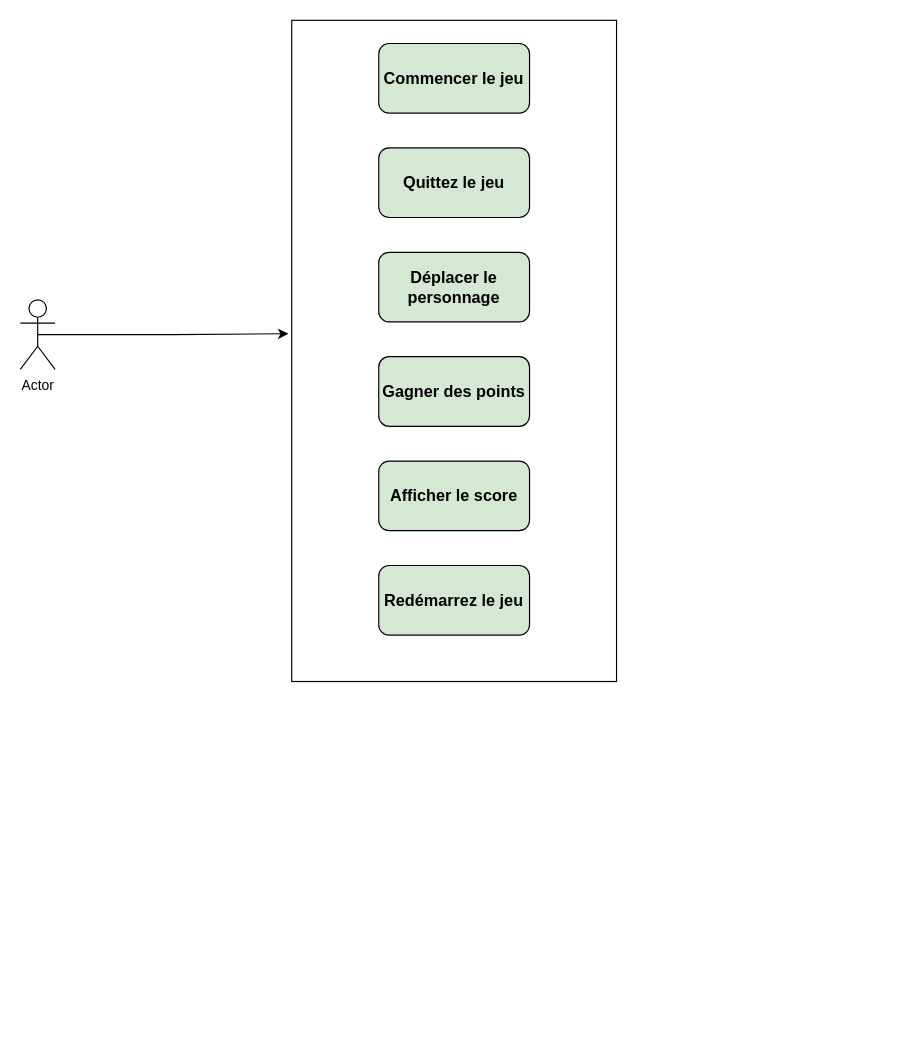
Before: UML/use_case.drawio in ghadabny/CrossyRoadProjet, a draw.io diagram. Source tidied: cells renumbered, new cells numbered last; positions are measured from the earlier drawing's top-left corner, leaving out a move shared by most shapes. Both pictures are drawn from the tidied source at 116%, with x=0, y=0 at pixel (20, 20).
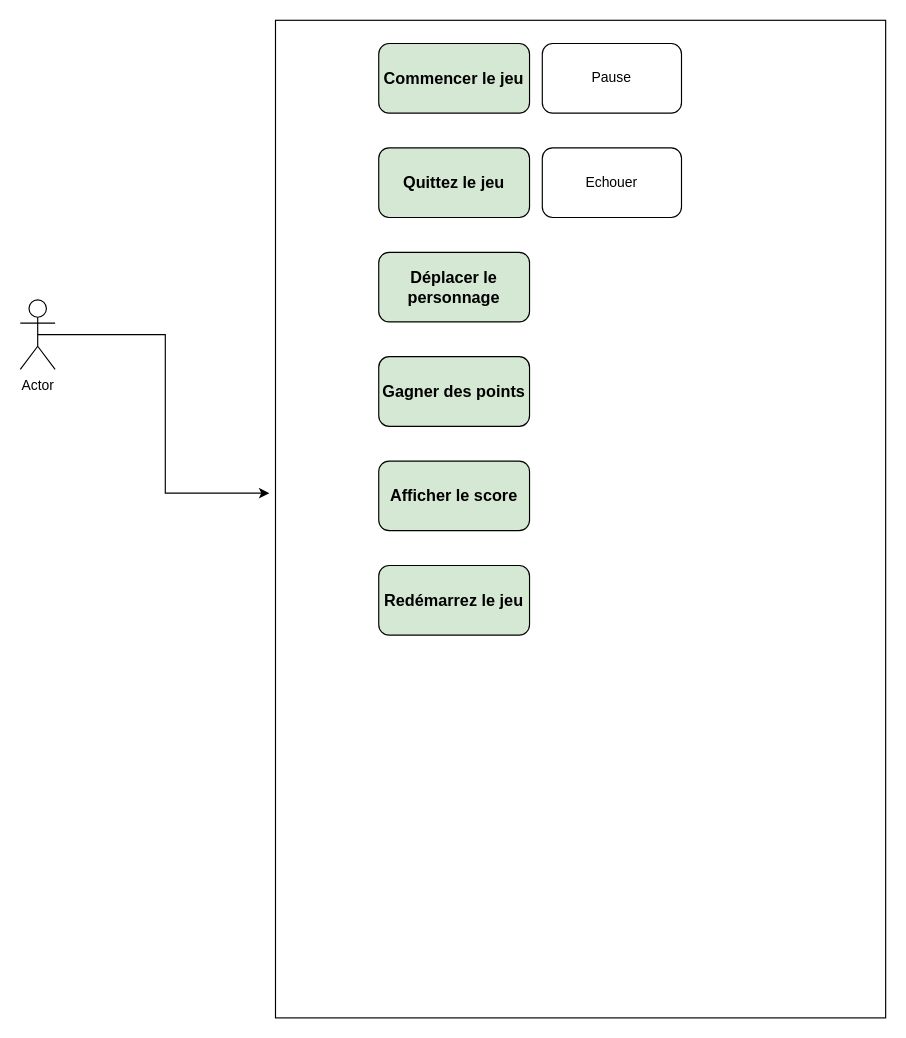
Above is the later version.

The edit, as a diff of the source:
```diff
@@
 <mxGraphModel>
   <root>
     <mxCell id="0" />
     <mxCell id="1" parent="0" />
     <mxCell id="2" value="&lt;b&gt;&lt;font style=&quot;font-size: 14px;&quot;&gt;Commencer le jeu&lt;/font&gt;&lt;/b&gt;" style="rounded=1;whiteSpace=wrap;html=1;fillColor=#D5E8D4;" parent="1" vertex="1">
       <mxGeometry x="309" y="20" width="130" height="60" as="geometry" />
     </mxCell>
     <mxCell id="3" value="&lt;span style=&quot;font-size: 14px;&quot;&gt;&lt;b&gt;Quittez le jeu&lt;/b&gt;&lt;/span&gt;" style="rounded=1;whiteSpace=wrap;html=1;fillColor=#D5E8D4;" parent="1" vertex="1">
       <mxGeometry x="309" y="110" width="130" height="60" as="geometry" />
     </mxCell>
     <mxCell id="4" value="&lt;span style=&quot;font-size: 14px;&quot;&gt;&lt;b&gt;Déplacer le personnage&lt;/b&gt;&lt;/span&gt;" style="rounded=1;whiteSpace=wrap;html=1;fillColor=#D5E8D4;" parent="1" vertex="1">
       <mxGeometry x="309" y="200" width="130" height="60" as="geometry" />
     </mxCell>
     <mxCell id="5" value="&lt;span style=&quot;font-size: 14px;&quot;&gt;&lt;b&gt;Gagner des points&lt;/b&gt;&lt;/span&gt;" style="rounded=1;whiteSpace=wrap;html=1;fillColor=#D5E8D4;" parent="1" vertex="1">
       <mxGeometry x="309" y="290" width="130" height="60" as="geometry" />
     </mxCell>
     <mxCell id="6" value="&lt;span style=&quot;font-size: 14px;&quot;&gt;&lt;b&gt;Afficher le score&lt;/b&gt;&lt;/span&gt;" style="rounded=1;whiteSpace=wrap;html=1;fillColor=#D5E8D4;" parent="1" vertex="1">
       <mxGeometry x="309" y="380" width="130" height="60" as="geometry" />
     </mxCell>
     <mxCell id="7" value="&lt;span style=&quot;font-size: 14px;&quot;&gt;&lt;b&gt;Redémarrez le jeu&lt;/b&gt;&lt;/span&gt;" style="rounded=1;whiteSpace=wrap;html=1;fillColor=#D5E8D4;" parent="1" vertex="1">
       <mxGeometry x="309" y="470" width="130" height="60" as="geometry" />
     </mxCell>
     <mxCell id="8" style="rounded=0;whiteSpace=wrap;html=1;fillColor=none;" parent="1" vertex="1">
-      <mxGeometry x="234" width="280" height="570" as="geometry" />
+      <mxGeometry x="220" width="526" height="860" as="geometry" />
     </mxCell>
     <mxCell id="9" value="Actor" style="shape=umlActor;verticalLabelPosition=bottom;verticalAlign=top;html=1;outlineConnect=0;" parent="1" vertex="1">
       <mxGeometry y="241" width="30" height="60" as="geometry" />
     </mxCell>
     <mxCell id="10" style="edgeStyle=orthogonalEdgeStyle;rounded=0;jettySize=auto;html=1;exitX=0.5;exitY=0.5;exitDx=0;exitDy=0;exitPerimeter=0;entryX=-0.01;entryY=0.474;entryDx=0;entryDy=0;entryPerimeter=0;" parent="1" edge="1" source="9" target="8">
       <mxGeometry relative="1" as="geometry" />
     </mxCell>
+    <mxCell id="11" value="Pause" style="rounded=1;whiteSpace=wrap;html=1;" parent="1" vertex="1">
+      <mxGeometry x="450" y="20" width="120" height="60" as="geometry" />
+    </mxCell>
+    <mxCell id="12" value="Echouer" style="rounded=1;whiteSpace=wrap;html=1;" parent="1" vertex="1">
+      <mxGeometry x="450" y="110" width="120" height="60" as="geometry" />
+    </mxCell>
   </root>
 </mxGraphModel>
```
